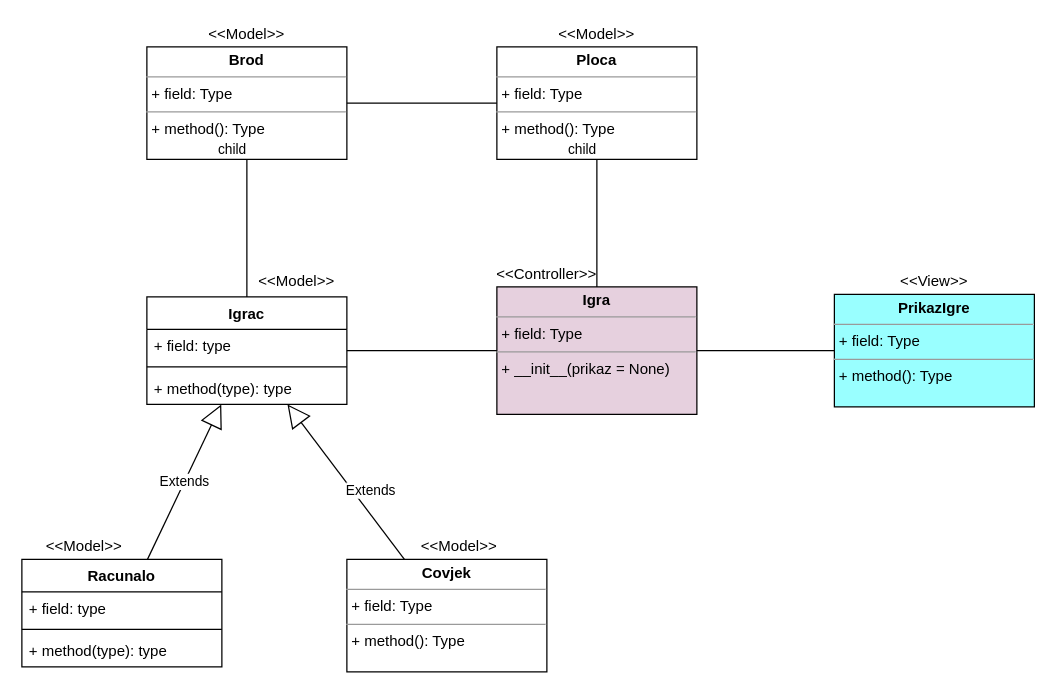
LukaFarkas99/Battleship keeps this draw.io diagram as page "Dijagram klasa arhitekture Battleship" (7 of 10) of Dijagram.drawio. Above is the earlier version. Source tidied: cells renumbered, new cells numbered last; positions are measured from the earlier drawing's top-left corner, leaving out a move shared by most shapes. Both pictures are drawn from the tidied source at 125%, with x=0, y=0 at pixel (21, 21).
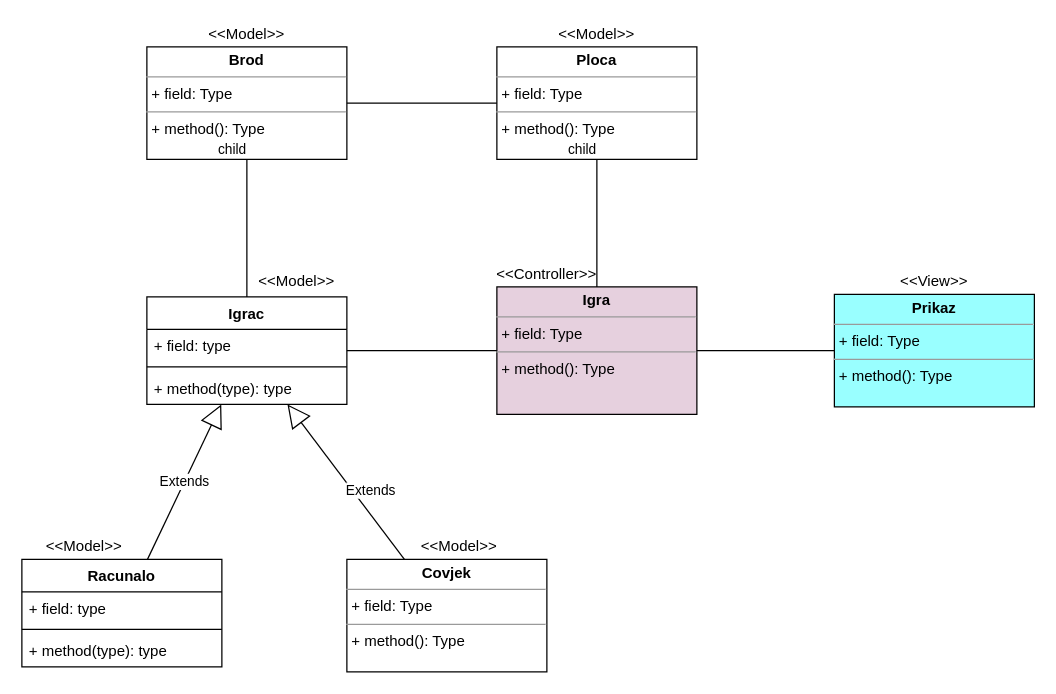
The same diagram, later.

Diff of the diagram source:
```diff
@@
-    <mxCell id="14" value="&lt;p style=&quot;margin: 0px ; margin-top: 4px ; text-align: center&quot;&gt;&lt;b&gt;Igra&lt;/b&gt;&lt;/p&gt;&lt;hr size=&quot;1&quot;&gt;&lt;p style=&quot;margin: 0px ; margin-left: 4px&quot;&gt;+ field: Type&lt;/p&gt;&lt;hr size=&quot;1&quot;&gt;&lt;p style=&quot;margin: 0px ; margin-left: 4px&quot;&gt;+ __init__(prikaz = None)&lt;/p&gt;" style="verticalAlign=top;align=left;overflow=fill;fontSize=12;fontFamily=Helvetica;html=1;fillColor=#E6D0DE;" parent="1" vertex="1">
+    <mxCell id="14" value="&lt;p style=&quot;margin: 0px ; margin-top: 4px ; text-align: center&quot;&gt;&lt;b&gt;Igra&lt;/b&gt;&lt;/p&gt;&lt;hr size=&quot;1&quot;&gt;&lt;p style=&quot;margin: 0px ; margin-left: 4px&quot;&gt;+ field: Type&lt;/p&gt;&lt;hr size=&quot;1&quot;&gt;&lt;p style=&quot;margin: 0px ; margin-left: 4px&quot;&gt;+ method(): Type&lt;/p&gt;" style="verticalAlign=top;align=left;overflow=fill;fontSize=12;fontFamily=Helvetica;html=1;fillColor=#E6D0DE;" parent="1" vertex="1">
       <mxGeometry x="380" y="212" width="160" height="102" as="geometry" />
     </mxCell>
@@
-    <mxCell id="22" value="&lt;p style=&quot;margin: 0px ; margin-top: 4px ; text-align: center&quot;&gt;&lt;b&gt;PrikazIgre&lt;/b&gt;&lt;/p&gt;&lt;hr size=&quot;1&quot;&gt;&lt;p style=&quot;margin: 0px ; margin-left: 4px&quot;&gt;+ field: Type&lt;/p&gt;&lt;hr size=&quot;1&quot;&gt;&lt;p style=&quot;margin: 0px ; margin-left: 4px&quot;&gt;+ method(): Type&lt;/p&gt;" style="verticalAlign=top;align=left;overflow=fill;fontSize=12;fontFamily=Helvetica;html=1;fillColor=#99FFFF;" parent="1" vertex="1">
+    <mxCell id="22" value="&lt;p style=&quot;margin: 0px ; margin-top: 4px ; text-align: center&quot;&gt;&lt;b&gt;Prikaz&lt;/b&gt;&lt;/p&gt;&lt;hr size=&quot;1&quot;&gt;&lt;p style=&quot;margin: 0px ; margin-left: 4px&quot;&gt;+ field: Type&lt;/p&gt;&lt;hr size=&quot;1&quot;&gt;&lt;p style=&quot;margin: 0px ; margin-left: 4px&quot;&gt;+ method(): Type&lt;/p&gt;" style="verticalAlign=top;align=left;overflow=fill;fontSize=12;fontFamily=Helvetica;html=1;fillColor=#99FFFF;" parent="1" vertex="1">
       <mxGeometry x="650" y="218" width="160" height="90" as="geometry" />
     </mxCell>
```
